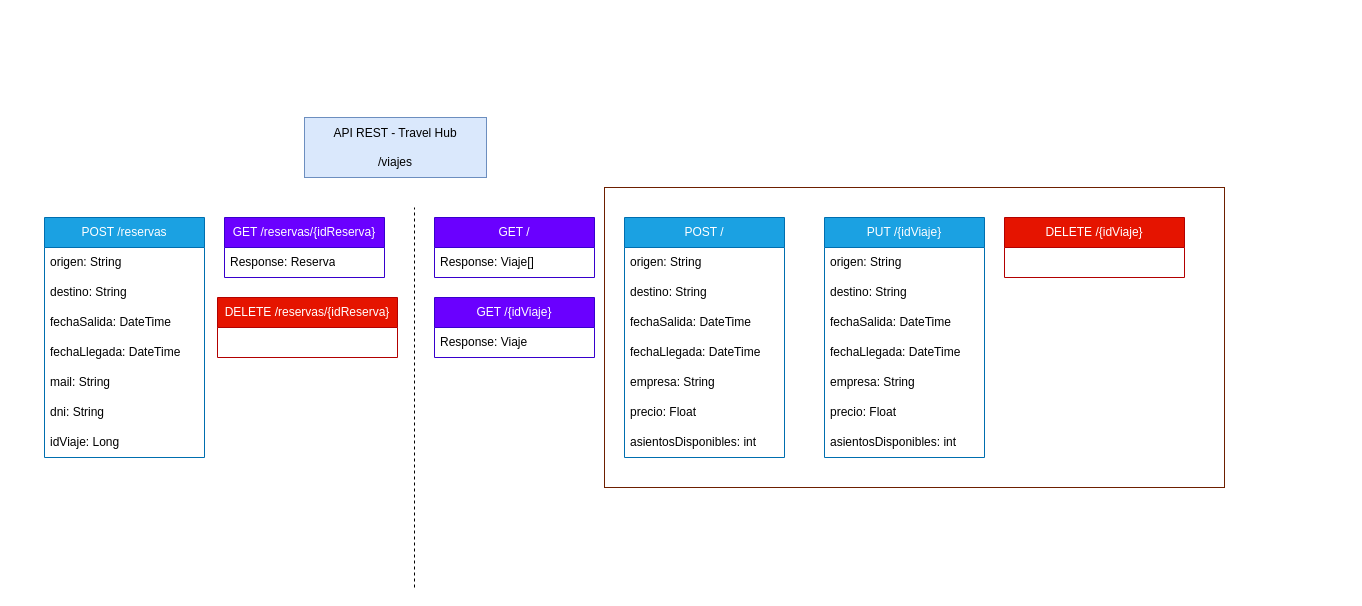
This is doc/API REST - Travel Hub.drawio from fsepulvedantt/travel-hub, a draw.io file, before an edit. Source tidied: cells renumbered, new cells numbered last; positions are measured from the earlier drawing's top-left corner, leaving out a move shared by most shapes. Both pictures are drawn from the tidied source at 100%, with x=0, y=0 at pixel (44, 117).
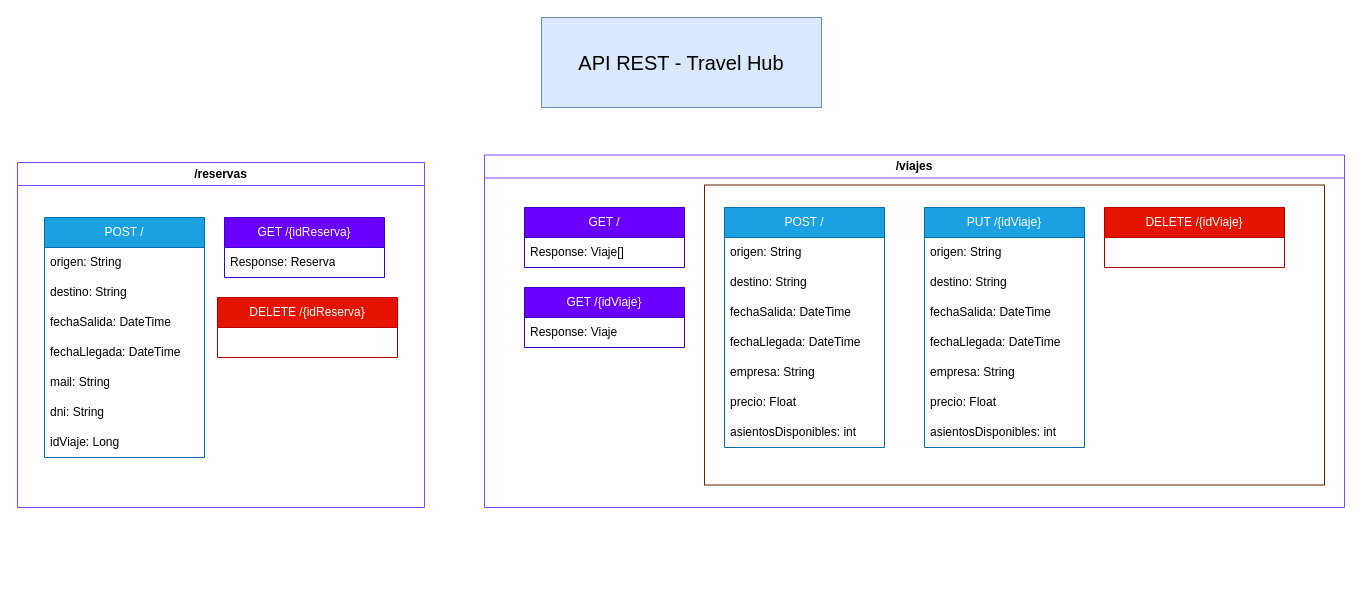
The same diagram, later.

Commit message:
update diagrama api rest

Diff of the diagram source:
```diff
@@
-    <mxCell id="2" style="rounded=0;whiteSpace=wrap;html=1;fillColor=none;fontColor=#ffffff;strokeColor=#6D1F00;" parent="1" vertex="1">
-      <mxGeometry x="560" y="70" width="620" height="300" as="geometry" />
-    </mxCell>
-    <mxCell id="3" value="API REST - Travel Hub&lt;br&gt;&lt;br&gt;/viajes" style="rounded=0;whiteSpace=wrap;html=1;align=center;fillColor=#dae8fc;strokeColor=#6c8ebf;" parent="1" vertex="1">
-      <mxGeometry x="260" width="182" height="60" as="geometry" />
+    <mxCell id="3" value="&lt;font style=&quot;font-size: 20px;&quot;&gt;API REST - Travel Hub&lt;/font&gt;" style="rounded=0;whiteSpace=wrap;html=1;align=center;fillColor=#dae8fc;strokeColor=#6c8ebf;" parent="1" vertex="1">
+      <mxGeometry x="497" y="-100" width="280" height="90" as="geometry" />
     </mxCell>
-    <mxCell id="4" value="POST /reservas" style="swimlane;fontStyle=0;horizontal=1;startSize=30;whiteSpace=wrap;html=1;fillColor=#1ba1e2;fontColor=#ffffff;strokeColor=#006EAF;" parent="1" vertex="1">
+    <mxCell id="4" value="POST /" style="swimlane;fontStyle=0;horizontal=1;startSize=30;whiteSpace=wrap;html=1;fillColor=#1ba1e2;fontColor=#ffffff;strokeColor=#006EAF;" parent="1" vertex="1">
       <mxGeometry y="100" width="160" height="240" as="geometry" />
     </mxCell>
@@
-    <mxCell id="12" value="GET /" style="swimlane;fontStyle=0;horizontal=1;startSize=30;whiteSpace=wrap;html=1;fillColor=#6a00ff;fontColor=#ffffff;strokeColor=#3700CC;" parent="1" vertex="1">
-      <mxGeometry x="390" y="100" width="160" height="60" as="geometry" />
-    </mxCell>
-    <mxCell id="13" value="Response: Viaje[]" style="text;strokeColor=none;fillColor=none;align=left;verticalAlign=middle;spacingLeft=4;spacingRight=4;overflow=hidden;whiteSpace=wrap;html=1;" parent="12" vertex="1">
-      <mxGeometry y="30" width="160" height="30" as="geometry" />
-    </mxCell>
-    <mxCell id="14" value="GET /{idViaje}" style="swimlane;fontStyle=0;horizontal=1;startSize=30;whiteSpace=wrap;html=1;fillColor=#6a00ff;fontColor=#ffffff;strokeColor=#3700CC;" parent="1" vertex="1">
-      <mxGeometry x="390" y="180" width="160" height="60" as="geometry" />
-    </mxCell>
-    <mxCell id="15" value="Response: Viaje" style="text;strokeColor=none;fillColor=none;align=left;verticalAlign=middle;spacingLeft=4;spacingRight=4;overflow=hidden;whiteSpace=wrap;html=1;" parent="14" vertex="1">
-      <mxGeometry y="30" width="160" height="30" as="geometry" />
-    </mxCell>
-    <mxCell id="16" value="GET /reservas/{idReserva}" style="swimlane;fontStyle=0;horizontal=1;startSize=30;whiteSpace=wrap;html=1;fillColor=#6a00ff;fontColor=#ffffff;strokeColor=#3700CC;" parent="1" vertex="1">
+    <mxCell id="16" value="GET /{idReserva}" style="swimlane;fontStyle=0;horizontal=1;startSize=30;whiteSpace=wrap;html=1;fillColor=#6a00ff;fontColor=#ffffff;strokeColor=#3700CC;" parent="1" vertex="1">
       <mxGeometry x="180" y="100" width="160" height="60" as="geometry" />
     </mxCell>
@@
-    <mxCell id="18" value="DELETE /reservas/{idReserva}" style="swimlane;fontStyle=0;horizontal=1;startSize=30;whiteSpace=wrap;html=1;fillColor=#e51400;fontColor=#ffffff;strokeColor=#B20000;" parent="1" vertex="1">
+    <mxCell id="18" value="DELETE /{idReserva}" style="swimlane;fontStyle=0;horizontal=1;startSize=30;whiteSpace=wrap;html=1;fillColor=#e51400;fontColor=#ffffff;strokeColor=#B20000;" parent="1" vertex="1">
       <mxGeometry x="173" y="180" width="180" height="60" as="geometry" />
     </mxCell>
-    <mxCell id="19" style="endArrow=none;dashed=1;html=1;rounded=0;" parent="1" edge="1">
-      <mxGeometry relative="1" as="geometry">
-        <mxPoint x="370" y="470" as="sourcePoint" />
-        <mxPoint x="370" y="90" as="targetPoint" />
-      </mxGeometry>
-    </mxCell>
+    <mxCell id="37" value="/reservas" style="swimlane;whiteSpace=wrap;html=1;strokeColor=#7E47FF;startSize=23;" parent="1" vertex="1">
+      <mxGeometry x="-27" y="45" width="407" height="345" as="geometry" />
+    </mxCell>
+    <mxCell id="38" value="/viajes" style="swimlane;whiteSpace=wrap;html=1;strokeColor=#7E47FF;startSize=23;" parent="1" vertex="1">
+      <mxGeometry x="440" y="37.5" width="860" height="352.5" as="geometry" />
+    </mxCell>
-    <mxCell id="20" value="POST /" style="swimlane;fontStyle=0;horizontal=1;startSize=30;whiteSpace=wrap;html=1;fillColor=#1ba1e2;fontColor=#ffffff;strokeColor=#006EAF;" parent="1" vertex="1">
-      <mxGeometry x="580" y="100" width="160" height="240" as="geometry" />
+    <mxCell id="20" value="POST /" style="swimlane;fontStyle=0;horizontal=1;startSize=30;whiteSpace=wrap;html=1;fillColor=#1ba1e2;fontColor=#ffffff;strokeColor=#006EAF;" parent="38" vertex="1">
+      <mxGeometry x="240" y="52.5" width="160" height="240" as="geometry" />
     </mxCell>
@@
-    <mxCell id="28" value="PUT /{idViaje}" style="swimlane;fontStyle=0;horizontal=1;startSize=30;whiteSpace=wrap;html=1;fillColor=#1ba1e2;fontColor=#ffffff;strokeColor=#006EAF;" parent="1" vertex="1">
-      <mxGeometry x="780" y="100" width="160" height="240" as="geometry" />
+    <mxCell id="28" value="PUT /{idViaje}" style="swimlane;fontStyle=0;horizontal=1;startSize=30;whiteSpace=wrap;html=1;fillColor=#1ba1e2;fontColor=#ffffff;strokeColor=#006EAF;" parent="38" vertex="1">
+      <mxGeometry x="440" y="52.5" width="160" height="240" as="geometry" />
     </mxCell>
@@
-    <mxCell id="36" value="DELETE /{idViaje}" style="swimlane;fontStyle=0;horizontal=1;startSize=30;whiteSpace=wrap;html=1;fillColor=#e51400;fontColor=#ffffff;strokeColor=#B20000;" parent="1" vertex="1">
-      <mxGeometry x="960" y="100" width="180" height="60" as="geometry" />
+    <mxCell id="36" value="DELETE /{idViaje}" style="swimlane;fontStyle=0;horizontal=1;startSize=30;whiteSpace=wrap;html=1;fillColor=#e51400;fontColor=#ffffff;strokeColor=#B20000;" parent="38" vertex="1">
+      <mxGeometry x="620" y="52.5" width="180" height="60" as="geometry" />
     </mxCell>
+    <mxCell id="12" value="GET /" style="swimlane;fontStyle=0;horizontal=1;startSize=30;whiteSpace=wrap;html=1;fillColor=#6a00ff;fontColor=#ffffff;strokeColor=#3700CC;" parent="38" vertex="1">
+      <mxGeometry x="40" y="52.5" width="160" height="60" as="geometry" />
+    </mxCell>
+    <mxCell id="13" value="Response: Viaje[]" style="text;strokeColor=none;fillColor=none;align=left;verticalAlign=middle;spacingLeft=4;spacingRight=4;overflow=hidden;whiteSpace=wrap;html=1;" parent="12" vertex="1">
+      <mxGeometry y="30" width="160" height="30" as="geometry" />
+    </mxCell>
+    <mxCell id="14" value="GET /{idViaje}" style="swimlane;fontStyle=0;horizontal=1;startSize=30;whiteSpace=wrap;html=1;fillColor=#6a00ff;fontColor=#ffffff;strokeColor=#3700CC;" parent="38" vertex="1">
+      <mxGeometry x="40" y="132.5" width="160" height="60" as="geometry" />
+    </mxCell>
+    <mxCell id="15" value="Response: Viaje" style="text;strokeColor=none;fillColor=none;align=left;verticalAlign=middle;spacingLeft=4;spacingRight=4;overflow=hidden;whiteSpace=wrap;html=1;" parent="14" vertex="1">
+      <mxGeometry y="30" width="160" height="30" as="geometry" />
+    </mxCell>
+    <mxCell id="2" style="rounded=0;whiteSpace=wrap;html=1;fillColor=none;fontColor=#ffffff;strokeColor=#6D1F00;" parent="38" vertex="1">
+      <mxGeometry x="220" y="30" width="620" height="300" as="geometry" />
+    </mxCell>
```
